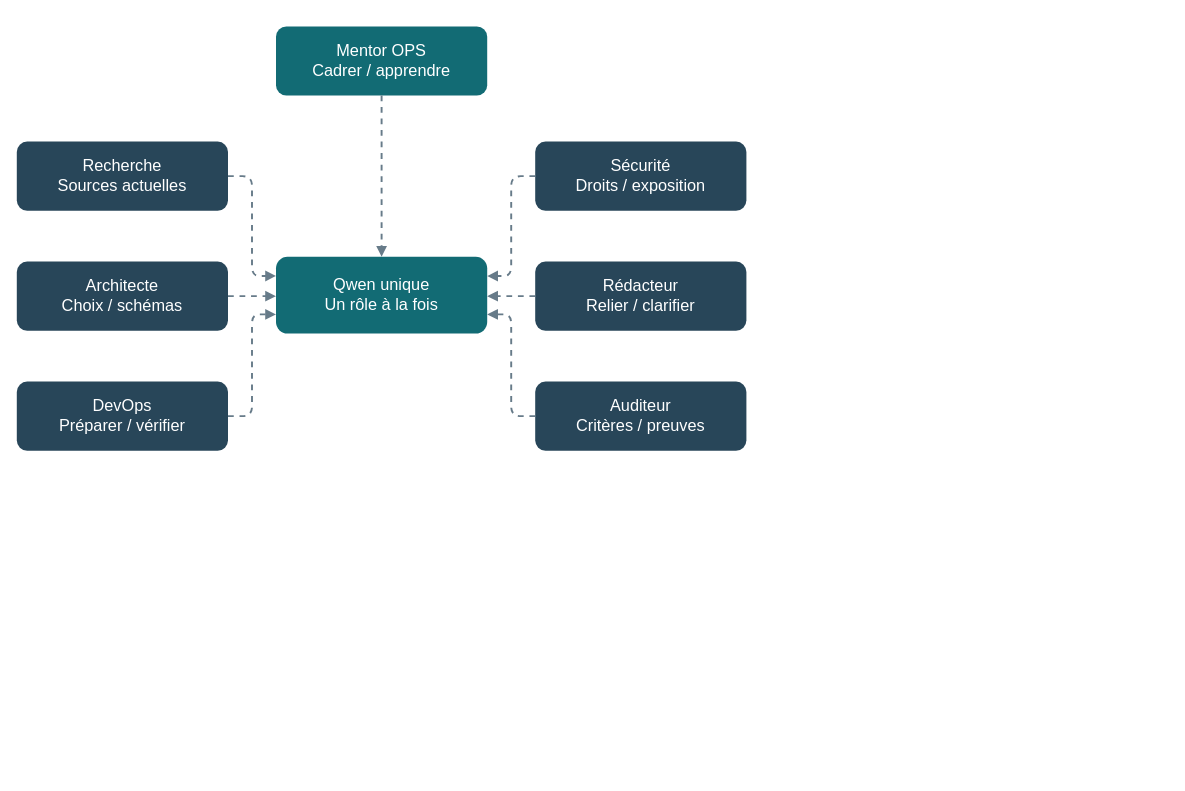
Before: docs/diagrams/atelier-roles.drawio in mathiasseguincadiche/OPENCLAW_LOCAL_FEDORA, a draw.io diagram. Source tidied: cells renumbered, new cells numbered last; positions are measured from the earlier drawing's top-left corner, leaving out a move shared by most shapes. Both pictures are drawn from the tidied source at 96%, with x=0, y=0 at pixel (16, 26).
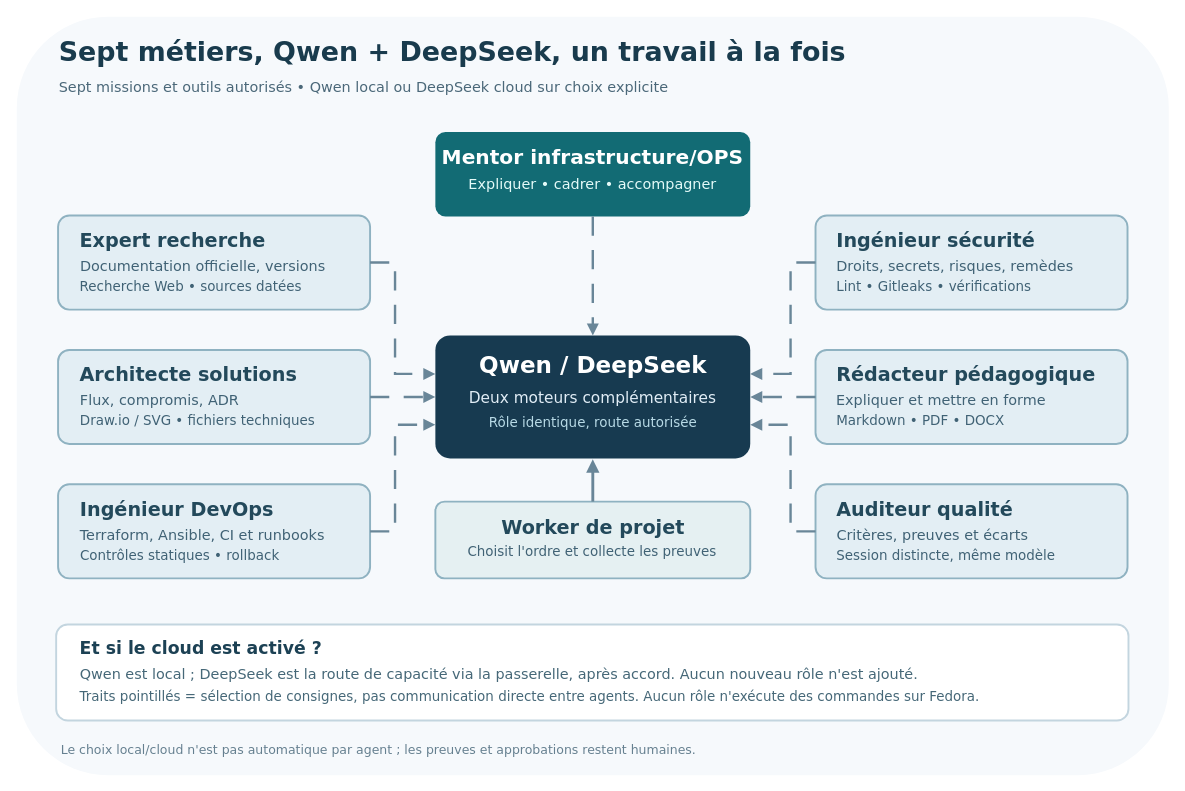
Above is the later version.

Commit message (it also covers changes not shown here):
docs: harmoniser le parcours de démarrage et les schémas hybrides (#153)

Diff of the diagram source:
```diff
@@
-    <mxCell id="2" value="Mentor OPS&#10;Cadrer / apprendre" style="rounded=1;whiteSpace=wrap;html=0;fillColor=#126b74;strokeColor=none;fontColor=#ffffff;fontSize=17;" parent="1" vertex="1">
-      <mxGeometry x="270" width="220" height="72" as="geometry" />
-    </mxCell>
-    <mxCell id="3" value="Recherche&#10;Sources actuelles" style="rounded=1;whiteSpace=wrap;html=0;fillColor=#284659;strokeColor=none;fontColor=#ffffff;fontSize=17;" parent="1" vertex="1">
-      <mxGeometry y="120" width="220" height="72" as="geometry" />
-    </mxCell>
-    <mxCell id="4" value="Architecte&#10;Choix / schémas" style="rounded=1;whiteSpace=wrap;html=0;fillColor=#284659;strokeColor=none;fontColor=#ffffff;fontSize=17;" parent="1" vertex="1">
-      <mxGeometry y="245" width="220" height="72" as="geometry" />
-    </mxCell>
-    <mxCell id="5" value="DevOps&#10;Préparer / vérifier" style="rounded=1;whiteSpace=wrap;html=0;fillColor=#284659;strokeColor=none;fontColor=#ffffff;fontSize=17;" parent="1" vertex="1">
-      <mxGeometry y="370" width="220" height="72" as="geometry" />
-    </mxCell>
-    <mxCell id="6" value="Qwen unique&#10;Un rôle à la fois" style="rounded=1;whiteSpace=wrap;html=0;fillColor=#126b74;strokeColor=none;fontColor=#ffffff;fontSize=17;" parent="1" vertex="1">
-      <mxGeometry x="270" y="240" width="220" height="80" as="geometry" />
-    </mxCell>
-    <mxCell id="7" value="Sécurité&#10;Droits / exposition" style="rounded=1;whiteSpace=wrap;html=0;fillColor=#284659;strokeColor=none;fontColor=#ffffff;fontSize=17;" parent="1" vertex="1">
-      <mxGeometry x="540" y="120" width="220" height="72" as="geometry" />
-    </mxCell>
-    <mxCell id="8" value="Rédacteur&#10;Relier / clarifier" style="rounded=1;whiteSpace=wrap;html=0;fillColor=#284659;strokeColor=none;fontColor=#ffffff;fontSize=17;" parent="1" vertex="1">
-      <mxGeometry x="540" y="245" width="220" height="72" as="geometry" />
-    </mxCell>
-    <mxCell id="9" value="Auditeur&#10;Critères / preuves" style="rounded=1;whiteSpace=wrap;html=0;fillColor=#284659;strokeColor=none;fontColor=#ffffff;fontSize=17;" parent="1" vertex="1">
-      <mxGeometry x="540" y="370" width="220" height="72" as="geometry" />
-    </mxCell>
-    <mxCell id="10" style="edgeStyle=segmentEdgeStyle;html=0;endArrow=block;endFill=1;strokeColor=#677b89;strokeWidth=2;dashed=1;" parent="1" edge="1" source="2" target="6">
-      <mxGeometry relative="1" as="geometry" />
-    </mxCell>
-    <mxCell id="11" style="edgeStyle=segmentEdgeStyle;html=0;endArrow=block;endFill=1;strokeColor=#677b89;strokeWidth=2;dashed=1;" parent="1" edge="1" source="3" target="6">
-      <mxGeometry relative="1" as="geometry">
-        <Array as="points">
-          <mxPoint x="245" y="156" />
-          <mxPoint x="245" y="260" />
-        </Array>
-      </mxGeometry>
-    </mxCell>
-    <mxCell id="12" style="edgeStyle=segmentEdgeStyle;html=0;endArrow=block;endFill=1;strokeColor=#677b89;strokeWidth=2;dashed=1;" parent="1" edge="1" source="4" target="6">
-      <mxGeometry relative="1" as="geometry" />
-    </mxCell>
-    <mxCell id="13" style="edgeStyle=segmentEdgeStyle;html=0;endArrow=block;endFill=1;strokeColor=#677b89;strokeWidth=2;dashed=1;" parent="1" edge="1" source="5" target="6">
-      <mxGeometry relative="1" as="geometry">
-        <Array as="points">
-          <mxPoint x="245" y="406" />
-          <mxPoint x="245" y="300" />
-        </Array>
-      </mxGeometry>
-    </mxCell>
-    <mxCell id="14" style="edgeStyle=segmentEdgeStyle;html=0;endArrow=block;endFill=1;strokeColor=#677b89;strokeWidth=2;dashed=1;" parent="1" edge="1" source="7" target="6">
-      <mxGeometry relative="1" as="geometry">
-        <Array as="points">
-          <mxPoint x="515" y="156" />
-          <mxPoint x="515" y="260" />
-        </Array>
-      </mxGeometry>
-    </mxCell>
-    <mxCell id="15" style="edgeStyle=segmentEdgeStyle;html=0;endArrow=block;endFill=1;strokeColor=#677b89;strokeWidth=2;dashed=1;" parent="1" edge="1" source="8" target="6">
-      <mxGeometry relative="1" as="geometry" />
-    </mxCell>
-    <mxCell id="16" style="edgeStyle=segmentEdgeStyle;html=0;endArrow=block;endFill=1;strokeColor=#677b89;strokeWidth=2;dashed=1;" parent="1" edge="1" source="9" target="6">
-      <mxGeometry relative="1" as="geometry">
-        <Array as="points">
-          <mxPoint x="515" y="406" />
-          <mxPoint x="515" y="300" />
-        </Array>
-      </mxGeometry>
-    </mxCell>
+    <mxCell id="17" style="rounded=1;arcSize=12;html=0;fillColor=#f6f9fc;strokeColor=none;strokeWidth=1;" parent="1" vertex="1">
+      <mxGeometry y="-10" width="1200" height="790" as="geometry" />
+    </mxCell>
+    <mxCell id="18" value="Sept métiers, Qwen + DeepSeek, un travail à la fois" style="text;html=0;whiteSpace=wrap;overflow=visible;align=center;verticalAlign=middle;spacing=0;fontFamily=DejaVu Sans;fontSize=28;fontStyle=1;fontColor=#193b4d;strokeColor=none;fillColor=none;" parent="1" vertex="1">
+      <mxGeometry x="42" y="9.2" width="823.7" height="36.4" as="geometry" />
+    </mxCell>
+    <mxCell id="19" value="Sept missions et outils autorisés • Qwen local ou DeepSeek cloud sur choix explicite" style="text;html=0;whiteSpace=wrap;overflow=visible;align=center;verticalAlign=middle;spacing=0;fontFamily=DejaVu Sans;fontSize=15;fontStyle=0;fontColor=#4b6879;strokeColor=none;fillColor=none;" parent="1" vertex="1">
+      <mxGeometry x="42" y="53.5" width="638.8" height="19.5" as="geometry" />
+    </mxCell>
+    <mxCell id="20" style="rounded=1;arcSize=12;html=0;fillColor=#e3eef4;strokeColor=#8fb2c1;strokeWidth=2;" parent="1" vertex="1">
+      <mxGeometry x="43" y="197" width="325" height="98" as="geometry" />
+    </mxCell>
+    <mxCell id="21" value="Expert recherche" style="text;html=0;whiteSpace=wrap;overflow=visible;align=center;verticalAlign=middle;spacing=0;fontFamily=DejaVu Sans;fontSize=20;fontStyle=1;fontColor=#23495b;strokeColor=none;fillColor=none;" parent="1" vertex="1">
+      <mxGeometry x="64" y="209.4" width="197.4" height="26" as="geometry" />
+    </mxCell>
+    <mxCell id="22" value="Documentation officielle, versions" style="text;html=0;whiteSpace=wrap;overflow=visible;align=center;verticalAlign=middle;spacing=0;fontFamily=DejaVu Sans;fontSize=15;fontStyle=0;fontColor=#406275;strokeColor=none;fillColor=none;" parent="1" vertex="1">
+      <mxGeometry x="64" y="239.6" width="259.6" height="19.5" as="geometry" />
+    </mxCell>
+    <mxCell id="23" value="Recherche Web • sources datées" style="text;html=0;whiteSpace=wrap;overflow=visible;align=center;verticalAlign=middle;spacing=0;fontFamily=DejaVu Sans;fontSize=14;fontStyle=0;fontColor=#406275;strokeColor=none;fillColor=none;" parent="1" vertex="1">
+      <mxGeometry x="64" y="261.6" width="235.4" height="18.2" as="geometry" />
+    </mxCell>
+    <mxCell id="24" style="rounded=1;arcSize=12;html=0;fillColor=#e3eef4;strokeColor=#8fb2c1;strokeWidth=2;" parent="1" vertex="1">
+      <mxGeometry x="43" y="337" width="325" height="98" as="geometry" />
+    </mxCell>
+    <mxCell id="25" value="Architecte solutions" style="text;html=0;whiteSpace=wrap;overflow=visible;align=center;verticalAlign=middle;spacing=0;fontFamily=DejaVu Sans;fontSize=20;fontStyle=1;fontColor=#23495b;strokeColor=none;fillColor=none;" parent="1" vertex="1">
+      <mxGeometry x="64" y="349.4" width="230.4" height="26" as="geometry" />
+    </mxCell>
+    <mxCell id="26" value="Flux, compromis, ADR" style="text;html=0;whiteSpace=wrap;overflow=visible;align=center;verticalAlign=middle;spacing=0;fontFamily=DejaVu Sans;fontSize=15;fontStyle=0;fontColor=#406275;strokeColor=none;fillColor=none;" parent="1" vertex="1">
+      <mxGeometry x="64" y="379.6" width="169.7" height="19.5" as="geometry" />
+    </mxCell>
+    <mxCell id="27" value="Draw.io / SVG • fichiers techniques" style="text;html=0;whiteSpace=wrap;overflow=visible;align=center;verticalAlign=middle;spacing=0;fontFamily=DejaVu Sans;fontSize=14;fontStyle=0;fontColor=#406275;strokeColor=none;fillColor=none;" parent="1" vertex="1">
+      <mxGeometry x="64" y="401.6" width="248.8" height="18.2" as="geometry" />
+    </mxCell>
+    <mxCell id="28" style="rounded=1;arcSize=12;html=0;fillColor=#e3eef4;strokeColor=#8fb2c1;strokeWidth=2;" parent="1" vertex="1">
+      <mxGeometry x="43" y="477" width="325" height="98" as="geometry" />
+    </mxCell>
+    <mxCell id="29" value="Ingénieur DevOps" style="text;html=0;whiteSpace=wrap;overflow=visible;align=center;verticalAlign=middle;spacing=0;fontFamily=DejaVu Sans;fontSize=20;fontStyle=1;fontColor=#23495b;strokeColor=none;fillColor=none;" parent="1" vertex="1">
+      <mxGeometry x="64" y="489.4" width="205.7" height="26" as="geometry" />
+    </mxCell>
+    <mxCell id="30" value="Terraform, Ansible, CI et runbooks" style="text;html=0;whiteSpace=wrap;overflow=visible;align=center;verticalAlign=middle;spacing=0;fontFamily=DejaVu Sans;fontSize=15;fontStyle=0;fontColor=#406275;strokeColor=none;fillColor=none;" parent="1" vertex="1">
+      <mxGeometry x="64" y="519.5" width="258.9" height="19.5" as="geometry" />
+    </mxCell>
+    <mxCell id="31" value="Contrôles statiques • rollback" style="text;html=0;whiteSpace=wrap;overflow=visible;align=center;verticalAlign=middle;spacing=0;fontFamily=DejaVu Sans;fontSize=14;fontStyle=0;fontColor=#406275;strokeColor=none;fillColor=none;" parent="1" vertex="1">
+      <mxGeometry x="64" y="541.6" width="211.6" height="18.2" as="geometry" />
+    </mxCell>
+    <mxCell id="32" style="rounded=1;arcSize=12;html=0;fillColor=#e3eef4;strokeColor=#8fb2c1;strokeWidth=2;" parent="1" vertex="1">
+      <mxGeometry x="832" y="197" width="325" height="98" as="geometry" />
+    </mxCell>
+    <mxCell id="33" value="Ingénieur sécurité" style="text;html=0;whiteSpace=wrap;overflow=visible;align=center;verticalAlign=middle;spacing=0;fontFamily=DejaVu Sans;fontSize=20;fontStyle=1;fontColor=#23495b;strokeColor=none;fillColor=none;" parent="1" vertex="1">
+      <mxGeometry x="852" y="209.4" width="210.7" height="26" as="geometry" />
+    </mxCell>
+    <mxCell id="34" value="Droits, secrets, risques, remèdes" style="text;html=0;whiteSpace=wrap;overflow=visible;align=center;verticalAlign=middle;spacing=0;fontFamily=DejaVu Sans;fontSize=15;fontStyle=0;fontColor=#406275;strokeColor=none;fillColor=none;" parent="1" vertex="1">
+      <mxGeometry x="852" y="239.6" width="250.8" height="19.5" as="geometry" />
+    </mxCell>
+    <mxCell id="35" value="Lint • Gitleaks • vérifications" style="text;html=0;whiteSpace=wrap;overflow=visible;align=center;verticalAlign=middle;spacing=0;fontFamily=DejaVu Sans;fontSize=14;fontStyle=0;fontColor=#406275;strokeColor=none;fillColor=none;" parent="1" vertex="1">
+      <mxGeometry x="852" y="261.6" width="206.8" height="18.2" as="geometry" />
+    </mxCell>
+    <mxCell id="36" style="rounded=1;arcSize=12;html=0;fillColor=#e3eef4;strokeColor=#8fb2c1;strokeWidth=2;" parent="1" vertex="1">
+      <mxGeometry x="832" y="337" width="325" height="98" as="geometry" />
+    </mxCell>
+    <mxCell id="37" value="Rédacteur pédagogique" style="text;html=0;whiteSpace=wrap;overflow=visible;align=center;verticalAlign=middle;spacing=0;fontFamily=DejaVu Sans;fontSize=20;fontStyle=1;fontColor=#23495b;strokeColor=none;fillColor=none;" parent="1" vertex="1">
+      <mxGeometry x="852" y="349.4" width="273.9" height="26" as="geometry" />
+    </mxCell>
+    <mxCell id="38" value="Expliquer et mettre en forme" style="text;html=0;whiteSpace=wrap;overflow=visible;align=center;verticalAlign=middle;spacing=0;fontFamily=DejaVu Sans;fontSize=15;fontStyle=0;fontColor=#406275;strokeColor=none;fillColor=none;" parent="1" vertex="1">
+      <mxGeometry x="852" y="379.6" width="222.4" height="19.5" as="geometry" />
+    </mxCell>
+    <mxCell id="39" value="Markdown • PDF • DOCX" style="text;html=0;whiteSpace=wrap;overflow=visible;align=center;verticalAlign=middle;spacing=0;fontFamily=DejaVu Sans;fontSize=14;fontStyle=0;fontColor=#406275;strokeColor=none;fillColor=none;" parent="1" vertex="1">
+      <mxGeometry x="852" y="401.6" width="179.1" height="18.2" as="geometry" />
+    </mxCell>
+    <mxCell id="40" style="rounded=1;arcSize=12;html=0;fillColor=#e3eef4;strokeColor=#8fb2c1;strokeWidth=2;" parent="1" vertex="1">
+      <mxGeometry x="832" y="477" width="325" height="98" as="geometry" />
+    </mxCell>
+    <mxCell id="41" value="Auditeur qualité" style="text;html=0;whiteSpace=wrap;overflow=visible;align=center;verticalAlign=middle;spacing=0;fontFamily=DejaVu Sans;fontSize=20;fontStyle=1;fontColor=#23495b;strokeColor=none;fillColor=none;" parent="1" vertex="1">
+      <mxGeometry x="852" y="489.4" width="188" height="26" as="geometry" />
+    </mxCell>
+    <mxCell id="42" value="Critères, preuves et écarts" style="text;html=0;whiteSpace=wrap;overflow=visible;align=center;verticalAlign=middle;spacing=0;fontFamily=DejaVu Sans;fontSize=15;fontStyle=0;fontColor=#406275;strokeColor=none;fillColor=none;" parent="1" vertex="1">
+      <mxGeometry x="852" y="519.5" width="203.5" height="19.5" as="geometry" />
+    </mxCell>
+    <mxCell id="43" value="Session distincte, même modèle" style="text;html=0;whiteSpace=wrap;overflow=visible;align=center;verticalAlign=middle;spacing=0;fontFamily=DejaVu Sans;fontSize=14;fontStyle=0;fontColor=#406275;strokeColor=none;fillColor=none;" parent="1" vertex="1">
+      <mxGeometry x="852" y="541.6" width="232.1" height="18.2" as="geometry" />
+    </mxCell>
+    <mxCell id="44" style="rounded=1;arcSize=12;html=0;fillColor=#126b74;strokeColor=none;strokeWidth=1;" parent="1" vertex="1">
+      <mxGeometry x="436" y="110" width="328" height="88" as="geometry" />
+    </mxCell>
+    <mxCell id="45" value="Mentor infrastructure/OPS" style="text;html=0;whiteSpace=wrap;overflow=visible;align=center;verticalAlign=middle;spacing=0;fontFamily=DejaVu Sans;fontSize=21;fontStyle=1;fontColor=#fff;strokeColor=none;fillColor=none;" parent="1" vertex="1">
+      <mxGeometry x="441" y="123.4" width="317.9" height="27.3" as="geometry" />
+    </mxCell>
+    <mxCell id="46" value="Expliquer • cadrer • accompagner" style="text;html=0;whiteSpace=wrap;overflow=visible;align=center;verticalAlign=middle;spacing=0;fontFamily=DejaVu Sans;fontSize=15;fontStyle=0;fontColor=#e4faf8;strokeColor=none;fillColor=none;" parent="1" vertex="1">
+      <mxGeometry x="468.9" y="154.6" width="262.2" height="19.5" as="geometry" />
+    </mxCell>
+    <mxCell id="47" style="rounded=1;arcSize=12;html=0;fillColor=#173a50;strokeColor=none;strokeWidth=1;" parent="1" vertex="1">
+      <mxGeometry x="436" y="322" width="328" height="128" as="geometry" />
+    </mxCell>
+    <mxCell id="48" value="Qwen / DeepSeek" style="text;html=0;whiteSpace=wrap;overflow=visible;align=center;verticalAlign=middle;spacing=0;fontFamily=DejaVu Sans;fontSize=24;fontStyle=1;fontColor=#fff;strokeColor=none;fillColor=none;" parent="1" vertex="1">
+      <mxGeometry x="479.6" y="338.3" width="240.9" height="31.2" as="geometry" />
+    </mxCell>
+    <mxCell id="49" value="Deux moteurs complémentaires" style="text;html=0;whiteSpace=wrap;overflow=visible;align=center;verticalAlign=middle;spacing=0;fontFamily=DejaVu Sans;fontSize=16;fontStyle=0;fontColor=#e1edf6;strokeColor=none;fillColor=none;" parent="1" vertex="1">
+      <mxGeometry x="469.2" y="376.5" width="261.6" height="20.8" as="geometry" />
+    </mxCell>
+    <mxCell id="50" value="Rôle identique, route autorisée" style="text;html=0;whiteSpace=wrap;overflow=visible;align=center;verticalAlign=middle;spacing=0;fontFamily=DejaVu Sans;fontSize=14;fontStyle=0;fontColor=#b8dae6;strokeColor=none;fillColor=none;" parent="1" vertex="1">
+      <mxGeometry x="489.7" y="403.6" width="220.7" height="18.2" as="geometry" />
+    </mxCell>
+    <mxCell id="51" style="rounded=1;arcSize=12;html=0;fillColor=#e5f0f2;strokeColor=#8eb2c1;strokeWidth=2;" parent="1" vertex="1">
+      <mxGeometry x="436" y="495" width="328" height="80" as="geometry" />
+    </mxCell>
+    <mxCell id="52" value="Worker de projet" style="text;html=0;whiteSpace=wrap;overflow=visible;align=center;verticalAlign=middle;spacing=0;fontFamily=DejaVu Sans;fontSize=20;fontStyle=1;fontColor=#23495b;strokeColor=none;fillColor=none;" parent="1" vertex="1">
+      <mxGeometry x="502.6" y="508.4" width="194.8" height="26" as="geometry" />
+    </mxCell>
+    <mxCell id="53" value="Choisit l'ordre et collecte les preuves" style="text;html=0;whiteSpace=wrap;overflow=visible;align=center;verticalAlign=middle;spacing=0;fontFamily=DejaVu Sans;fontSize=14;fontStyle=0;fontColor=#406275;strokeColor=none;fillColor=none;" parent="1" vertex="1">
+      <mxGeometry x="468.4" y="537.6" width="263.2" height="18.2" as="geometry" />
+    </mxCell>
+    <mxCell id="54" style="rounded=1;arcSize=12;html=0;fillColor=#fff;strokeColor=#c3d5df;strokeWidth=2;" parent="1" vertex="1">
+      <mxGeometry x="41" y="623" width="1117" height="100" as="geometry" />
+    </mxCell>
+    <mxCell id="55" value="Et si le cloud est activé ?" style="text;html=0;whiteSpace=wrap;overflow=visible;align=center;verticalAlign=middle;spacing=0;fontFamily=DejaVu Sans;fontSize=18;fontStyle=1;fontColor=#1c4154;strokeColor=none;fillColor=none;" parent="1" vertex="1">
+      <mxGeometry x="64" y="635.5" width="256.2" height="23.4" as="geometry" />
+    </mxCell>
+    <mxCell id="56" value="Qwen est local ; DeepSeek est la route de capacité via la passerelle, après accord. Aucun nouveau rôle n'est ajouté." style="text;html=0;whiteSpace=wrap;overflow=visible;align=center;verticalAlign=middle;spacing=0;fontFamily=DejaVu Sans;fontSize=15;fontStyle=0;fontColor=#466878;strokeColor=none;fillColor=none;" parent="1" vertex="1">
+      <mxGeometry x="64" y="664.5" width="877" height="19.5" as="geometry" />
+    </mxCell>
+    <mxCell id="57" value="Traits pointillés = sélection de consignes, pas communication directe entre agents. Aucun rôle n'exécute des commandes sur Fedora." style="text;html=0;whiteSpace=wrap;overflow=visible;align=center;verticalAlign=middle;spacing=0;fontFamily=DejaVu Sans;fontSize=14;fontStyle=0;fontColor=#466878;strokeColor=none;fillColor=none;" parent="1" vertex="1">
+      <mxGeometry x="64" y="688.6" width="941.2" height="18.2" as="geometry" />
+    </mxCell>
+    <mxCell id="58" value="Le choix local/cloud n'est pas automatique par agent ; les preuves et approbations restent humaines." style="text;html=0;whiteSpace=wrap;overflow=visible;align=center;verticalAlign=middle;spacing=0;fontFamily=DejaVu Sans;fontSize=13;fontStyle=0;fontColor=#668090;strokeColor=none;fillColor=none;" parent="1" vertex="1">
+      <mxGeometry x="44" y="744.6" width="665.6" height="16.9" as="geometry" />
+    </mxCell>
+    <mxCell id="59" style="edgeStyle=none;noEdgeStyle=1;rounded=0;html=0;strokeColor=#698698;strokeWidth=2.5;endArrow=block;endFill=1;dashed=1;dashPattern=8 6;exitX=0.500000;exitY=1.000000;exitDx=0;exitDy=0;exitPerimeter=0;entryX=0.500000;entryY=0.000000;entryDx=0;entryDy=0;entryPerimeter=0;" parent="1" edge="1" source="44" target="47">
+      <mxGeometry relative="1" as="geometry" />
+    </mxCell>
+    <mxCell id="60" style="edgeStyle=none;noEdgeStyle=1;rounded=0;html=0;strokeColor=#698698;strokeWidth=2.5;endArrow=block;endFill=1;dashed=1;dashPattern=8 6;exitX=1.000000;exitY=0.500000;exitDx=0;exitDy=0;exitPerimeter=0;entryX=0.000000;entryY=0.312500;entryDx=0;entryDy=0;entryPerimeter=0;" parent="1" edge="1" source="20" target="47">
+      <mxGeometry relative="1" as="geometry">
+        <Array as="points">
+          <mxPoint x="394" y="246" />
+          <mxPoint x="394" y="362" />
+        </Array>
+      </mxGeometry>
+    </mxCell>
+    <mxCell id="61" style="edgeStyle=none;noEdgeStyle=1;rounded=0;html=0;strokeColor=#698698;strokeWidth=2.5;endArrow=block;endFill=1;dashed=1;dashPattern=8 6;exitX=1.000000;exitY=0.500000;exitDx=0;exitDy=0;exitPerimeter=0;entryX=0.000000;entryY=0.500000;entryDx=0;entryDy=0;entryPerimeter=0;" parent="1" edge="1" source="24" target="47">
+      <mxGeometry relative="1" as="geometry" />
+    </mxCell>
+    <mxCell id="62" style="edgeStyle=none;noEdgeStyle=1;rounded=0;html=0;strokeColor=#698698;strokeWidth=2.5;endArrow=block;endFill=1;dashed=1;dashPattern=8 6;exitX=1.000000;exitY=0.500000;exitDx=0;exitDy=0;exitPerimeter=0;entryX=0.000000;entryY=0.726562;entryDx=0;entryDy=0;entryPerimeter=0;" parent="1" edge="1" source="28" target="47">
+      <mxGeometry relative="1" as="geometry">
+        <Array as="points">
+          <mxPoint x="394" y="526" />
+          <mxPoint x="394" y="415" />
+        </Array>
+      </mxGeometry>
+    </mxCell>
+    <mxCell id="63" style="edgeStyle=none;noEdgeStyle=1;rounded=0;html=0;strokeColor=#698698;strokeWidth=2.5;endArrow=block;endFill=1;dashed=1;dashPattern=8 6;exitX=0.000000;exitY=0.500000;exitDx=0;exitDy=0;exitPerimeter=0;entryX=1.000000;entryY=0.312500;entryDx=0;entryDy=0;entryPerimeter=0;" parent="1" edge="1" source="32" target="47">
+      <mxGeometry relative="1" as="geometry">
+        <Array as="points">
+          <mxPoint x="806" y="246" />
+          <mxPoint x="806" y="362" />
+        </Array>
+      </mxGeometry>
+    </mxCell>
+    <mxCell id="64" style="edgeStyle=none;noEdgeStyle=1;rounded=0;html=0;strokeColor=#698698;strokeWidth=2.5;endArrow=block;endFill=1;dashed=1;dashPattern=8 6;exitX=0.000000;exitY=0.500000;exitDx=0;exitDy=0;exitPerimeter=0;entryX=1.000000;entryY=0.500000;entryDx=0;entryDy=0;entryPerimeter=0;" parent="1" edge="1" source="36" target="47">
+      <mxGeometry relative="1" as="geometry" />
+    </mxCell>
+    <mxCell id="65" style="edgeStyle=none;noEdgeStyle=1;rounded=0;html=0;strokeColor=#698698;strokeWidth=2.5;endArrow=block;endFill=1;dashed=1;dashPattern=8 6;exitX=0.000000;exitY=0.500000;exitDx=0;exitDy=0;exitPerimeter=0;entryX=1.000000;entryY=0.726562;entryDx=0;entryDy=0;entryPerimeter=0;" parent="1" edge="1" source="40" target="47">
+      <mxGeometry relative="1" as="geometry">
+        <Array as="points">
+          <mxPoint x="806" y="526" />
+          <mxPoint x="806" y="415" />
+        </Array>
+      </mxGeometry>
+    </mxCell>
+    <mxCell id="66" style="edgeStyle=none;noEdgeStyle=1;rounded=0;html=0;strokeColor=#698698;strokeWidth=3;endArrow=block;endFill=1;dashed=0;exitX=0.500000;exitY=0.000000;exitDx=0;exitDy=0;exitPerimeter=0;entryX=0.500000;entryY=1.007812;entryDx=0;entryDy=0;entryPerimeter=0;" parent="1" edge="1" source="51" target="47">
+      <mxGeometry relative="1" as="geometry" />
+    </mxCell>
```
